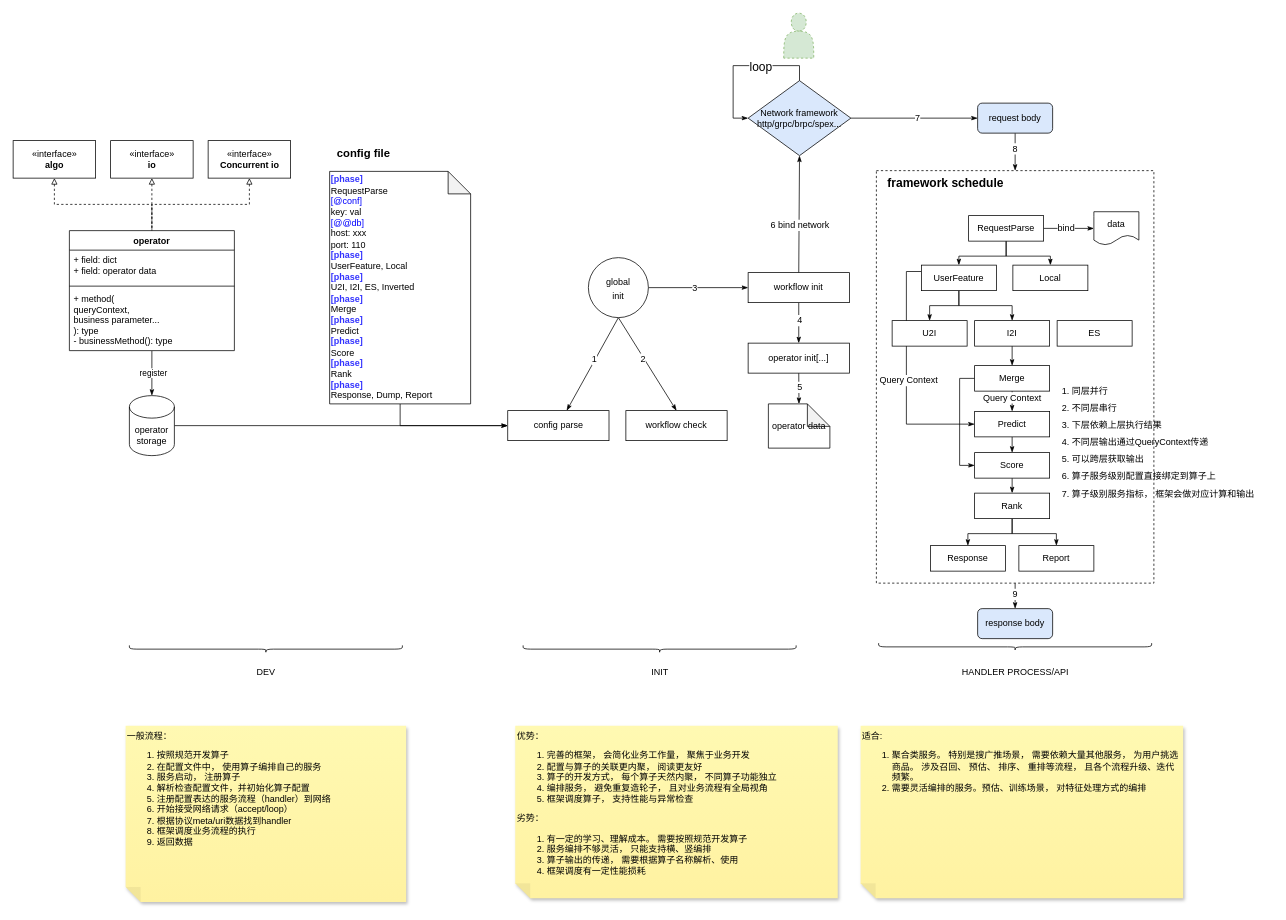
hpsdy/diagram keeps this draw.io diagram as tutu/workflow.drawio. Above is the earlier version. Source tidied: cells renumbered, new cells numbered last; positions are measured from the earlier drawing's top-left corner, leaving out a move shared by most shapes. Both pictures are drawn from the tidied source at 75%, with x=0, y=0 at pixel (13, 13).
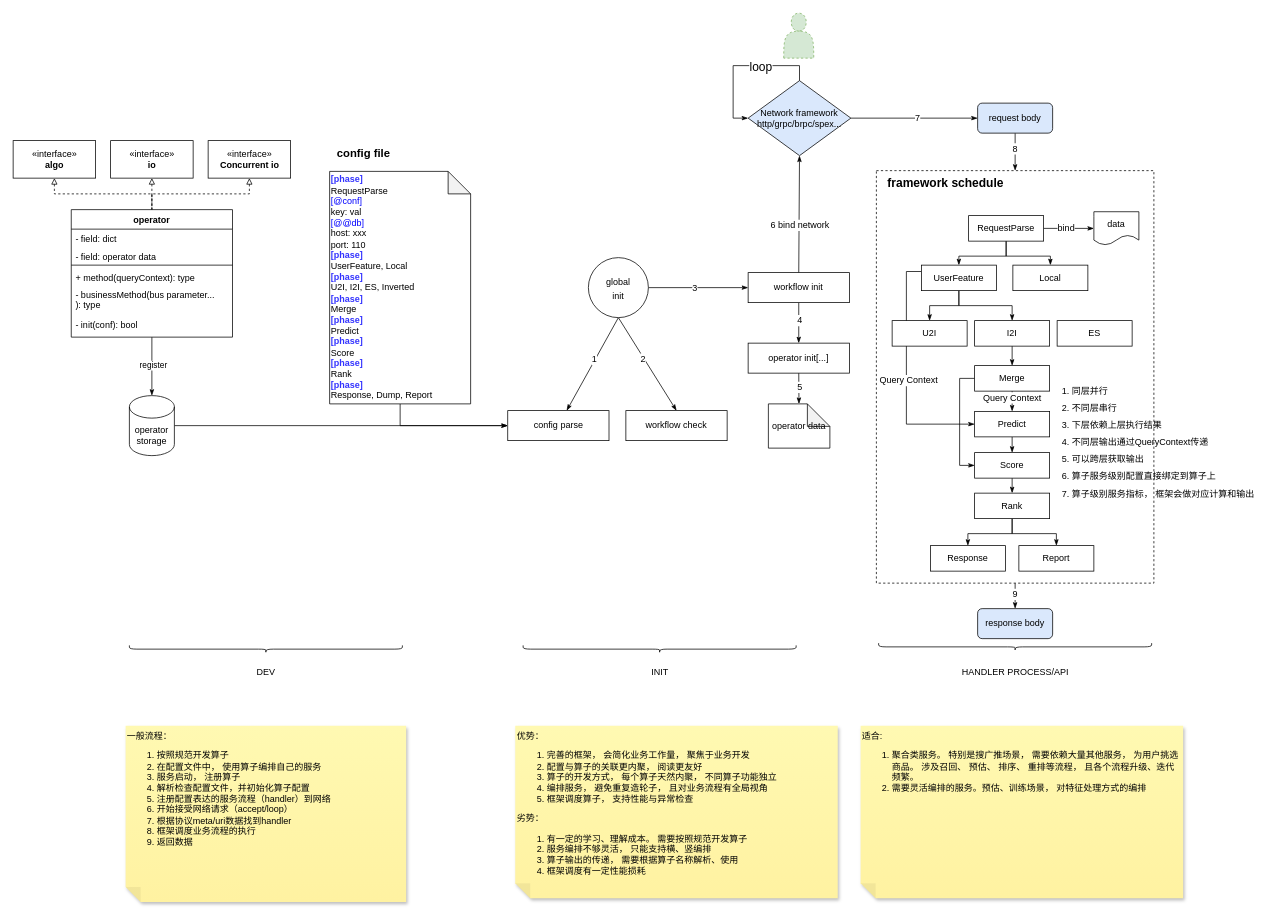
After the change.

The edit, as a diff of the source:
```diff
@@
     <mxCell id="9" value="operator" style="swimlane;fontStyle=1;align=center;verticalAlign=top;horizontal=1;startSize=26;" parent="1" vertex="1">
-      <mxGeometry x="75" y="290" width="220" height="160" as="geometry" />
+      <mxGeometry x="77.5" y="262" width="215" height="170" as="geometry" />
     </mxCell>
-    <mxCell id="10" value="+ field: dict&#10;+ field: operator data" style="text;strokeColor=none;fillColor=none;align=left;verticalAlign=top;spacingLeft=4;spacingRight=4;overflow=hidden;" parent="9" vertex="1">
-      <mxGeometry y="26" width="220" height="44" as="geometry" />
+    <mxCell id="10" value="- field: dict" style="text;strokeColor=none;fillColor=none;align=left;verticalAlign=top;spacingLeft=4;spacingRight=4;overflow=hidden;" parent="9" vertex="1">
+      <mxGeometry y="26" width="215" height="24" as="geometry" />
     </mxCell>
+    <mxCell id="90" value="- field: operator data" style="text;strokeColor=none;fillColor=none;align=left;verticalAlign=top;spacingLeft=4;spacingRight=4;overflow=hidden;" parent="9" vertex="1">
+      <mxGeometry y="50" width="215" height="20" as="geometry" />
+    </mxCell>
     <mxCell id="11" style="line;strokeWidth=1;fillColor=none;align=left;verticalAlign=middle;spacingTop=-1;spacingLeft=3;spacingRight=3;labelPosition=right;" parent="9" vertex="1">
-      <mxGeometry y="70" width="220" height="8" as="geometry" />
+      <mxGeometry y="70" width="215" height="8" as="geometry" />
     </mxCell>
+    <mxCell id="91" value="+ method(queryContext): type" style="text;strokeColor=none;fillColor=none;align=left;verticalAlign=top;spacingLeft=4;spacingRight=4;overflow=hidden;" parent="9" vertex="1">
+      <mxGeometry y="78" width="215" height="22" as="geometry" />
+    </mxCell>
+    <mxCell id="92" value="- businessMethod(bus parameter...&#10;): type" style="text;strokeColor=none;fillColor=none;align=left;verticalAlign=top;spacingLeft=4;spacingRight=4;overflow=hidden;" parent="9" vertex="1">
+      <mxGeometry y="100" width="215" height="40" as="geometry" />
+    </mxCell>
-    <mxCell id="12" value="+ method(&#10;queryContext, &#10;business parameter...&#10;): type&#10;- businessMethod(): type" style="text;strokeColor=none;fillColor=none;align=left;verticalAlign=top;spacingLeft=4;spacingRight=4;overflow=hidden;points=[[0,0.5],[1,0.5]];portConstraint=eastwest;" parent="9" vertex="1">
-      <mxGeometry y="78" width="220" height="82" as="geometry" />
+    <mxCell id="12" value="- init(conf): bool" style="text;strokeColor=none;fillColor=none;align=left;verticalAlign=top;spacingLeft=4;spacingRight=4;overflow=hidden;points=[[0,0.5],[1,0.5]];portConstraint=eastwest;" parent="9" vertex="1">
+      <mxGeometry y="140" width="215" height="30" as="geometry" />
     </mxCell>
```
